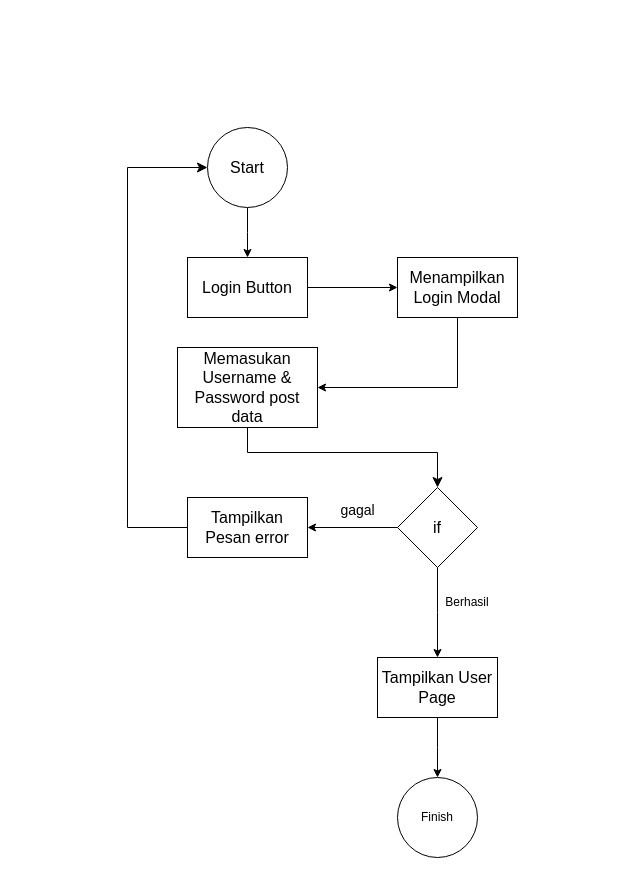
Before: Diagram Tanpa Judul.drawio in ranggaIV/RPL, a draw.io diagram. Source tidied: cells renumbered, new cells numbered last; positions are measured from the earlier drawing's top-left corner, leaving out a move shared by most shapes. Both pictures are drawn from the tidied source at 100%, with x=0, y=0 at pixel (127, 127).
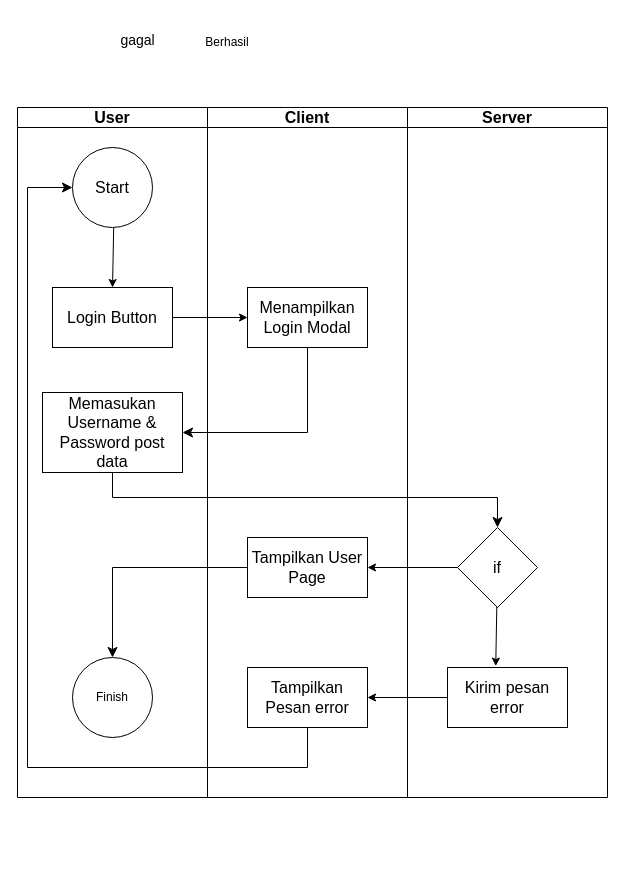
After the change.

The edit, as a diff of the source:
```diff
@@
-    <mxCell id="2" style="edgeStyle=orthogonalEdgeStyle;rounded=0;jettySize=auto;html=1;exitX=0;exitY=0.5;exitDx=0;exitDy=0;entryX=1;entryY=0.5;entryDx=0;entryDy=0;" parent="1" edge="1" source="4" target="11">
-      <mxGeometry relative="1" as="geometry" />
-    </mxCell>
-    <mxCell id="3" style="edgeStyle=orthogonalEdgeStyle;rounded=0;jettySize=auto;html=1;" parent="1" edge="1" source="4">
-      <mxGeometry relative="1" as="geometry">
-        <mxPoint x="310" y="530" as="targetPoint" />
-      </mxGeometry>
-    </mxCell>
-    <mxCell id="4" value="&lt;font style=&quot;font-size: 16px;&quot;&gt;if&lt;/font&gt;" style="rhombus;whiteSpace=wrap;html=1;" parent="1" vertex="1">
-      <mxGeometry x="270" y="360" width="80" height="80" as="geometry" />
-    </mxCell>
-    <mxCell id="5" style="edgeStyle=orthogonalEdgeStyle;rounded=0;jettySize=auto;html=1;exitX=0.5;exitY=1;exitDx=0;exitDy=0;" parent="1" edge="1" source="6">
-      <mxGeometry relative="1" as="geometry">
-        <mxPoint x="120" y="130" as="targetPoint" />
-      </mxGeometry>
-    </mxCell>
-    <mxCell id="6" value="&lt;font style=&quot;font-size: 16px;&quot;&gt;Start&lt;/font&gt;" style="ellipse;whiteSpace=wrap;html=1;" parent="1" vertex="1">
-      <mxGeometry x="80" width="80" height="80" as="geometry" />
-    </mxCell>
-    <mxCell id="7" style="edgeStyle=orthogonalEdgeStyle;rounded=0;jettySize=auto;html=1;entryX=1;entryY=0.5;entryDx=0;entryDy=0;" parent="1" edge="1" source="8" target="9">
-      <mxGeometry relative="1" as="geometry">
-        <Array as="points">
-          <mxPoint x="330" y="260" />
-        </Array>
-      </mxGeometry>
-    </mxCell>
-    <mxCell id="8" value="&lt;font style=&quot;font-size: 16px;&quot;&gt;Menampilkan Login Modal&lt;/font&gt;" style="rounded=0;whiteSpace=wrap;html=1;" parent="1" vertex="1">
-      <mxGeometry x="270" y="130" width="120" height="60" as="geometry" />
-    </mxCell>
-    <mxCell id="9" value="&lt;font style=&quot;font-size: 16px;&quot;&gt;Memasukan Username &amp;amp; Password post data&lt;/font&gt;" style="rounded=0;whiteSpace=wrap;html=1;" parent="1" vertex="1">
-      <mxGeometry x="50" y="220" width="140" height="80" as="geometry" />
-    </mxCell>
-    <mxCell id="10" style="edgeStyle=elbowEdgeStyle;elbow=horizontal;endArrow=classic;html=1;curved=0;rounded=0;endSize=8;startSize=8;exitX=0;exitY=0.5;exitDx=0;exitDy=0;" parent="1" edge="1" source="11">
-      <mxGeometry relative="1" as="geometry">
-        <mxPoint x="80" y="40" as="targetPoint" />
-        <Array as="points">
-          <mxPoint y="70" />
-        </Array>
-      </mxGeometry>
-    </mxCell>
-    <mxCell id="11" value="&lt;font style=&quot;font-size: 16px;&quot;&gt;Tampilkan Pesan error&lt;/font&gt;" style="rounded=0;whiteSpace=wrap;html=1;" parent="1" vertex="1">
-      <mxGeometry x="60" y="370" width="120" height="60" as="geometry" />
-    </mxCell>
     <mxCell id="12" value="&lt;span style=&quot;font-weight: normal;&quot;&gt;&lt;font style=&quot;font-size: 14px;&quot;&gt;gagal&lt;/font&gt;&lt;/span&gt;" style="text;strokeColor=none;fillColor=none;html=1;fontSize=24;fontStyle=1;verticalAlign=middle;align=center;" parent="1" vertex="1">
-      <mxGeometry x="180" y="360" width="100" height="40" as="geometry" />
+      <mxGeometry x="-40" y="-110" width="100" height="40" as="geometry" />
     </mxCell>
-    <mxCell id="13" style="edgeStyle=orthogonalEdgeStyle;rounded=0;jettySize=auto;html=1;entryX=0;entryY=0.5;entryDx=0;entryDy=0;" parent="1" edge="1" source="14" target="8">
-      <mxGeometry relative="1" as="geometry" />
-    </mxCell>
-    <mxCell id="14" value="&lt;font style=&quot;font-size: 16px;&quot;&gt;Login Button&lt;/font&gt;" style="rounded=0;whiteSpace=wrap;html=1;" parent="1" vertex="1">
-      <mxGeometry x="60" y="130" width="120" height="60" as="geometry" />
-    </mxCell>
-    <mxCell id="15" style="edgeStyle=elbowEdgeStyle;elbow=vertical;endArrow=classic;html=1;curved=0;rounded=0;endSize=8;startSize=8;exitX=0.5;exitY=1;exitDx=0;exitDy=0;" parent="1" edge="1" source="9" target="4">
-      <mxGeometry relative="1" as="geometry">
-        <Array as="points">
-          <mxPoint x="110" y="325" />
-        </Array>
-      </mxGeometry>
-    </mxCell>
-    <mxCell id="16" style="edgeStyle=orthogonalEdgeStyle;rounded=0;jettySize=auto;html=1;" parent="1" edge="1" source="17">
-      <mxGeometry relative="1" as="geometry">
-        <mxPoint x="310" y="650" as="targetPoint" />
-      </mxGeometry>
-    </mxCell>
-    <mxCell id="17" value="&lt;font style=&quot;font-size: 16px;&quot;&gt;Tampilkan User Page&lt;/font&gt;" style="rounded=0;whiteSpace=wrap;html=1;" parent="1" vertex="1">
-      <mxGeometry x="250" y="530" width="120" height="60" as="geometry" />
-    </mxCell>
     <mxCell id="18" value="Berhasil" style="text;html=1;strokeColor=none;fillColor=none;align=center;verticalAlign=middle;whiteSpace=wrap;rounded=0;" parent="1" vertex="1">
-      <mxGeometry x="310" y="460" width="60" height="30" as="geometry" />
+      <mxGeometry x="70" y="-100" width="60" height="30" as="geometry" />
     </mxCell>
     <mxCell id="19" value="Finish" style="ellipse;whiteSpace=wrap;html=1;" parent="1" vertex="1">
-      <mxGeometry x="270" y="650" width="80" height="80" as="geometry" />
+      <mxGeometry x="-55" y="530" width="80" height="80" as="geometry" />
     </mxCell>
+    <mxCell id="20" value="&lt;font style=&quot;font-size: 16px;&quot;&gt;User&lt;br&gt;&lt;/font&gt;" style="swimlane;whiteSpace=wrap;html=1;startSize=20;" parent="1" vertex="1">
+      <mxGeometry x="-110" y="-20" width="190" height="690" as="geometry" />
+    </mxCell>
+    <mxCell id="21" style="edgeStyle=none;rounded=0;jettySize=auto;html=1;" parent="20" edge="1" source="6" target="14">
+      <mxGeometry relative="1" as="geometry" />
+    </mxCell>
+    <mxCell id="6" value="&lt;font style=&quot;font-size: 16px;&quot;&gt;Start&lt;/font&gt;" style="ellipse;whiteSpace=wrap;html=1;" parent="20" vertex="1">
+      <mxGeometry x="55" y="40" width="80" height="80" as="geometry" />
+    </mxCell>
+    <mxCell id="14" value="&lt;font style=&quot;font-size: 16px;&quot;&gt;Login Button&lt;/font&gt;" style="rounded=0;whiteSpace=wrap;html=1;" parent="20" vertex="1">
+      <mxGeometry x="35" y="180" width="120" height="60" as="geometry" />
+    </mxCell>
+    <mxCell id="9" value="&lt;font style=&quot;font-size: 16px;&quot;&gt;Memasukan Username &amp;amp; Password post data&lt;/font&gt;" style="rounded=0;whiteSpace=wrap;html=1;" parent="20" vertex="1">
+      <mxGeometry x="25" y="285" width="140" height="80" as="geometry" />
+    </mxCell>
+    <mxCell id="22" value="&lt;font style=&quot;font-size: 16px;&quot;&gt;Client&lt;/font&gt;" style="swimlane;whiteSpace=wrap;html=1;startSize=20;" parent="1" vertex="1">
+      <mxGeometry x="80" y="-20" width="200" height="690" as="geometry" />
+    </mxCell>
+    <mxCell id="8" value="&lt;font style=&quot;font-size: 16px;&quot;&gt;Menampilkan Login Modal&lt;/font&gt;" style="rounded=0;whiteSpace=wrap;html=1;" parent="22" vertex="1">
+      <mxGeometry x="40" y="180" width="120" height="60" as="geometry" />
+    </mxCell>
+    <mxCell id="17" value="&lt;font style=&quot;font-size: 16px;&quot;&gt;Tampilkan User Page&lt;/font&gt;" style="rounded=0;whiteSpace=wrap;html=1;" parent="22" vertex="1">
+      <mxGeometry x="40" y="430" width="120" height="60" as="geometry" />
+    </mxCell>
+    <mxCell id="23" value="&lt;font style=&quot;font-size: 16px;&quot;&gt;Server&lt;/font&gt;" style="swimlane;whiteSpace=wrap;html=1;startSize=20;" parent="1" vertex="1">
+      <mxGeometry x="280" y="-20" width="200" height="690" as="geometry" />
+    </mxCell>
+    <mxCell id="4" value="&lt;font style=&quot;font-size: 16px;&quot;&gt;if&lt;/font&gt;" style="rhombus;whiteSpace=wrap;html=1;" parent="23" vertex="1">
+      <mxGeometry x="50" y="420" width="80" height="80" as="geometry" />
+    </mxCell>
+    <mxCell id="13" style="edgeStyle=none;rounded=0;jettySize=auto;html=1;entryX=0;entryY=0.5;entryDx=0;entryDy=0;" parent="1" edge="1" source="14" target="8">
+      <mxGeometry relative="1" as="geometry" />
+    </mxCell>
+    <mxCell id="7" style="edgeStyle=segmentEdgeStyle;endArrow=classic;html=1;curved=0;rounded=0;endSize=8;startSize=8;entryX=1;entryY=0.5;entryDx=0;entryDy=0;exitX=0.5;exitY=1;exitDx=0;exitDy=0;" parent="1" edge="1" source="8" target="9">
+      <mxGeometry relative="1" as="geometry">
+        <Array as="points">
+          <mxPoint x="180" y="305" />
+        </Array>
+      </mxGeometry>
+    </mxCell>
+    <mxCell id="15" style="edgeStyle=segmentEdgeStyle;endArrow=classic;html=1;curved=0;rounded=0;endSize=8;startSize=8;exitX=0.5;exitY=1;exitDx=0;exitDy=0;entryX=0.5;entryY=0;entryDx=0;entryDy=0;" parent="1" edge="1" source="9" target="4">
+      <mxGeometry relative="1" as="geometry">
+        <Array as="points">
+          <mxPoint x="-15" y="370" />
+          <mxPoint x="370" y="370" />
+        </Array>
+      </mxGeometry>
+    </mxCell>
+    <mxCell id="24" style="edgeStyle=none;rounded=0;jettySize=auto;html=1;" parent="1" edge="1" source="25" target="11">
+      <mxGeometry relative="1" as="geometry" />
+    </mxCell>
+    <mxCell id="25" value="&lt;font style=&quot;font-size: 16px;&quot;&gt;Kirim pesan error&lt;/font&gt;" style="rounded=0;whiteSpace=wrap;html=1;" parent="1" vertex="1">
+      <mxGeometry x="320" y="540" width="120" height="60" as="geometry" />
+    </mxCell>
+    <mxCell id="11" value="&lt;font style=&quot;font-size: 16px;&quot;&gt;Tampilkan Pesan error&lt;/font&gt;" style="rounded=0;whiteSpace=wrap;html=1;" parent="1" vertex="1">
+      <mxGeometry x="120" y="540" width="120" height="60" as="geometry" />
+    </mxCell>
+    <mxCell id="26" style="edgeStyle=none;rounded=0;jettySize=auto;html=1;entryX=1;entryY=0.5;entryDx=0;entryDy=0;" parent="1" edge="1" source="4" target="17">
+      <mxGeometry relative="1" as="geometry" />
+    </mxCell>
+    <mxCell id="27" style="edgeStyle=none;rounded=0;jettySize=auto;html=1;entryX=0.402;entryY=-0.024;entryDx=0;entryDy=0;entryPerimeter=0;" parent="1" edge="1" source="4" target="25">
+      <mxGeometry relative="1" as="geometry" />
+    </mxCell>
+    <mxCell id="28" style="edgeStyle=segmentEdgeStyle;endArrow=classic;html=1;curved=0;rounded=0;endSize=8;startSize=8;exitX=0;exitY=0.5;exitDx=0;exitDy=0;" parent="1" edge="1" source="17" target="19">
+      <mxGeometry relative="1" as="geometry" />
+    </mxCell>
+    <mxCell id="29" style="edgeStyle=segmentEdgeStyle;endArrow=classic;html=1;curved=0;rounded=0;endSize=8;startSize=8;exitX=0.5;exitY=1;exitDx=0;exitDy=0;entryX=0;entryY=0.5;entryDx=0;entryDy=0;" parent="1" edge="1" source="11" target="6">
+      <mxGeometry relative="1" as="geometry">
+        <Array as="points">
+          <mxPoint x="180" y="640" />
+          <mxPoint x="-100" y="640" />
+          <mxPoint x="-100" y="60" />
+        </Array>
+      </mxGeometry>
+    </mxCell>
```
